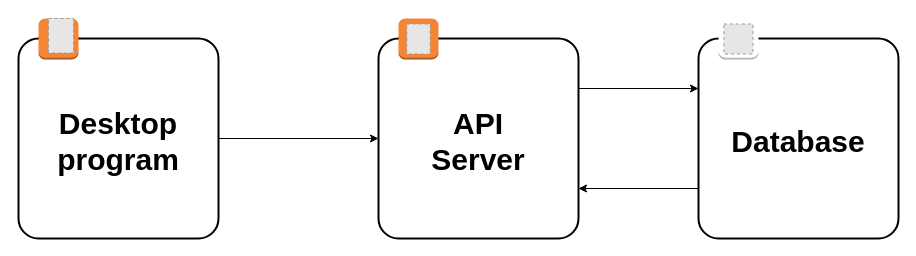
The draw.io diagram draw.io/main_diagram.drawio in myagmartseren/pre_report, before the edit. Source tidied: cells renumbered, new cells numbered last; positions are measured from the earlier drawing's top-left corner, leaving out a move shared by most shapes. Both pictures are drawn from the tidied source at 100%, with x=0, y=0 at pixel (18, 18). Pictures stored in the file or linked from it are replaced by grey dashed boxes.
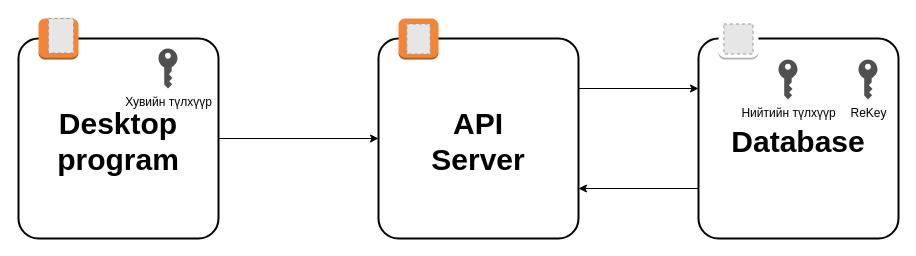
The same page after the edit.

Unchanged cells that the change refers to:
```xml
<mxCell id="7" style="group;" parent="1" vertex="1">
  <mxGeometry x="680" width="200" height="220" as="geometry" />
</mxCell>
<mxCell id="11" style="group;" parent="1" vertex="1">
  <mxGeometry width="200" height="220" as="geometry" />
</mxCell>
```

Change to the diagram source:
```diff
@@
+    <mxCell id="18" value="ReKey" style="sketch=0;shadow=0;dashed=0;html=1;strokeColor=none;fillColor=#505050;labelPosition=center;verticalLabelPosition=bottom;verticalAlign=top;align=center;shape=mxgraph.office.security.key_permissions;" parent="7" vertex="1">
+      <mxGeometry x="160" y="41" width="19" height="40" as="geometry" />
+    </mxCell>
+    <mxCell id="19" value="Нийтийн түлхүүр" style="sketch=0;shadow=0;dashed=0;html=1;strokeColor=none;fillColor=#505050;labelPosition=center;verticalLabelPosition=bottom;verticalAlign=top;align=center;shape=mxgraph.office.security.key_permissions;" parent="7" vertex="1">
+      <mxGeometry x="80" y="41" width="19" height="40" as="geometry" />
+    </mxCell>
@@
+    <mxCell id="20" value="Хувийн түлхүүр" style="sketch=0;shadow=0;dashed=0;html=1;strokeColor=none;fillColor=#505050;labelPosition=center;verticalLabelPosition=bottom;verticalAlign=top;align=center;shape=mxgraph.office.security.key_permissions;" parent="11" vertex="1">
+      <mxGeometry x="140" y="30" width="19" height="40" as="geometry" />
+    </mxCell>
```
